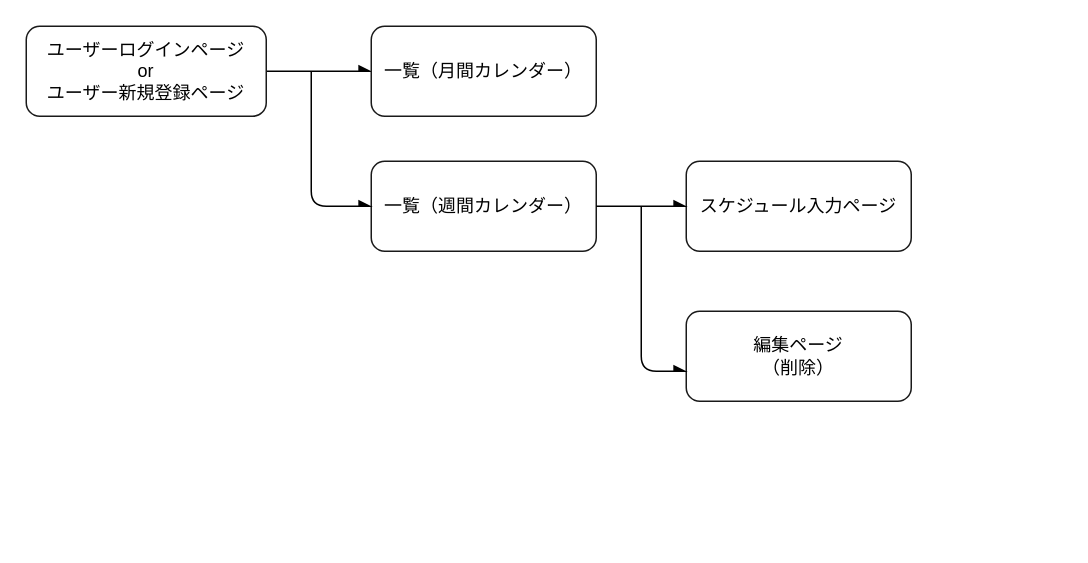
Before: page "ページ2" (2 of 2) of weekly.dio in uiyum/weekly, a draw.io diagram. Source tidied: cells renumbered, new cells numbered last; positions are measured from the earlier drawing's top-left corner, leaving out a move shared by most shapes. Both pictures are drawn from the tidied source at 150%, with x=0, y=0 at pixel (26, 26).
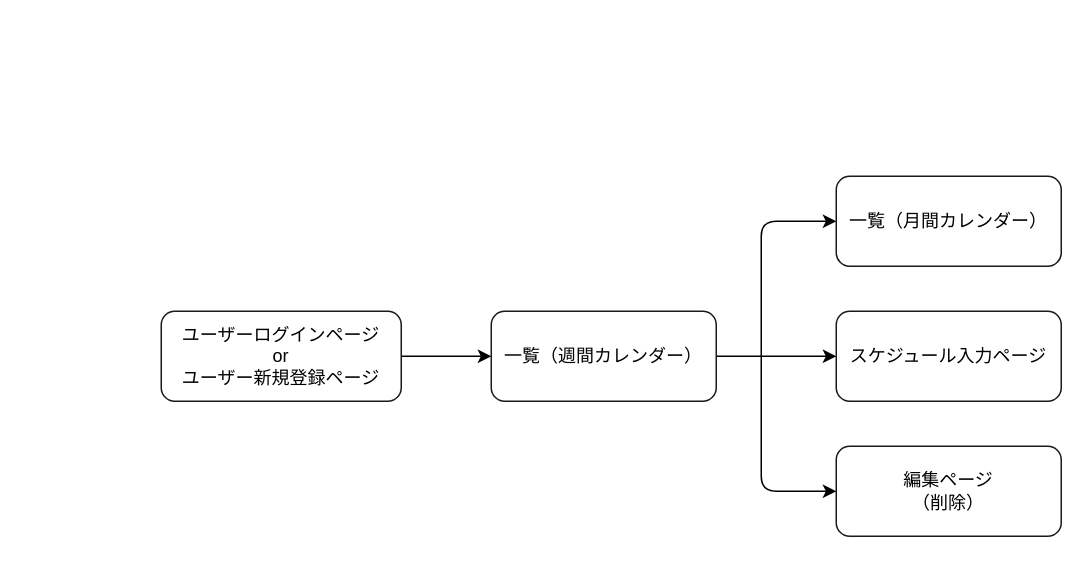
Above is the later version.

The edit, as a diff of the source:
```diff
@@
 <mxGraphModel background="#FFFFFF">
   <root>
     <mxCell id="0" />
     <mxCell id="1" parent="0" />
-    <mxCell id="2" style="edgeStyle=none;html=1;entryX=0;entryY=0.5;entryDx=0;entryDy=0;endArrow=async;endFill=1;elbow=vertical;" parent="1" edge="1" source="3" target="4">
-      <mxGeometry relative="1" as="geometry">
-        <Array as="points">
-          <mxPoint x="190" y="30" />
-        </Array>
-      </mxGeometry>
-    </mxCell>
+    <mxCell id="11" style="edgeStyle=none;html=1;entryX=0;entryY=0.5;entryDx=0;entryDy=0;" parent="1" edge="1" source="3" target="5">
+      <mxGeometry relative="1" as="geometry" />
+    </mxCell>
     <mxCell id="3" value="ユーザーログインページ&lt;br&gt;or&lt;br&gt;ユーザー新規登録ページ" style="rounded=1;whiteSpace=wrap;html=1;strokeColor=#1A1A1A;strokeWidth=1;fillColor=default;gradientColor=none;" parent="1" vertex="1">
-      <mxGeometry width="160" height="60" as="geometry" />
+      <mxGeometry x="90" y="190" width="160" height="60" as="geometry" />
     </mxCell>
     <mxCell id="4" value="一覧（月間カレンダー）" style="rounded=1;whiteSpace=wrap;html=1;strokeColor=#1A1A1A;strokeWidth=1;fillColor=default;gradientColor=none;align=center;" parent="1" vertex="1">
-      <mxGeometry x="230" width="150" height="60" as="geometry" />
+      <mxGeometry x="540" y="100" width="150" height="60" as="geometry" />
     </mxCell>
+    <mxCell id="9" style="edgeStyle=none;html=1;" parent="1" edge="1" source="5" target="6">
+      <mxGeometry relative="1" as="geometry" />
+    </mxCell>
     <mxCell id="5" value="一覧（週間カレンダー）" style="rounded=1;whiteSpace=wrap;html=1;strokeColor=#1A1A1A;strokeWidth=1;fillColor=default;gradientColor=none;" parent="1" vertex="1">
-      <mxGeometry x="230" y="90" width="150" height="60" as="geometry" />
+      <mxGeometry x="310" y="190" width="150" height="60" as="geometry" />
     </mxCell>
     <mxCell id="6" value="スケジュール入力ページ" style="rounded=1;whiteSpace=wrap;html=1;strokeColor=#1A1A1A;strokeWidth=1;fillColor=default;gradientColor=none;" parent="1" vertex="1">
-      <mxGeometry x="440" y="90" width="150" height="60" as="geometry" />
+      <mxGeometry x="540" y="190" width="150" height="60" as="geometry" />
     </mxCell>
     <mxCell id="7" value="編集ページ&lt;br&gt;（削除）" style="rounded=1;whiteSpace=wrap;html=1;strokeColor=#1A1A1A;strokeWidth=1;fillColor=default;gradientColor=none;" parent="1" vertex="1">
-      <mxGeometry x="440" y="190" width="150" height="60" as="geometry" />
+      <mxGeometry x="540" y="280" width="150" height="60" as="geometry" />
     </mxCell>
-    <mxCell id="8" style="endArrow=async;html=1;elbow=vertical;endFill=1;entryX=0;entryY=0.5;entryDx=0;entryDy=0;" parent="1" edge="1" target="5">
-      <mxGeometry relative="1" as="geometry">
-        <mxPoint x="190" y="30" as="sourcePoint" />
-        <Array as="points">
-          <mxPoint x="190" y="120" />
-        </Array>
-      </mxGeometry>
-    </mxCell>
-    <mxCell id="9" style="endArrow=async;html=1;elbow=vertical;exitX=1;exitY=0.5;exitDx=0;exitDy=0;entryX=0;entryY=0.5;entryDx=0;entryDy=0;endFill=1;" parent="1" edge="1" source="5" target="6">
-      <mxGeometry relative="1" as="geometry" />
-    </mxCell>
-    <mxCell id="10" style="endArrow=async;html=1;elbow=vertical;entryX=0;entryY=0.5;entryDx=0;entryDy=0;endFill=1;" parent="1" edge="1">
-      <mxGeometry relative="1" as="geometry">
-        <mxPoint x="410" y="120" as="sourcePoint" />
-        <mxPoint x="440" y="230" as="targetPoint" />
-        <Array as="points">
-          <mxPoint x="410" y="230" />
-        </Array>
-      </mxGeometry>
-    </mxCell>
+    <mxCell id="12" style="edgeStyle=none;html=1;entryX=0;entryY=0.5;entryDx=0;entryDy=0;" parent="1" edge="1" target="4">
+      <mxGeometry relative="1" as="geometry">
+        <mxPoint x="490" y="220" as="sourcePoint" />
+        <Array as="points">
+          <mxPoint x="490" y="130" />
+        </Array>
+      </mxGeometry>
+    </mxCell>
+    <mxCell id="13" style="edgeStyle=none;html=1;entryX=0;entryY=0.5;entryDx=0;entryDy=0;" parent="1" edge="1" target="7">
+      <mxGeometry relative="1" as="geometry">
+        <mxPoint x="490" y="220" as="sourcePoint" />
+        <Array as="points">
+          <mxPoint x="490" y="310" />
+        </Array>
+      </mxGeometry>
+    </mxCell>
   </root>
 </mxGraphModel>
```
